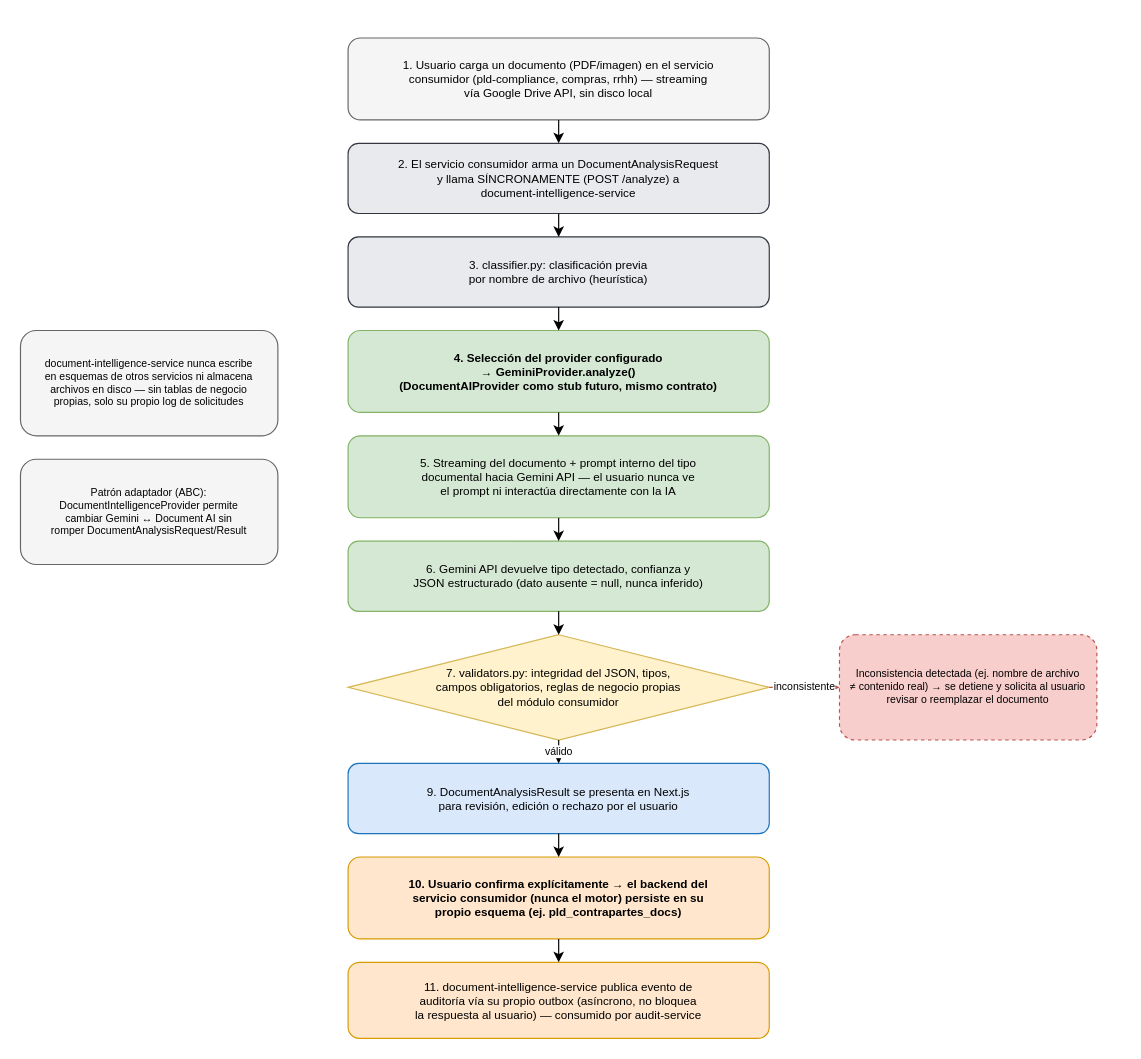
mariana747/CumbresBI keeps this draw.io diagram as docs/architecture/diagrams/09-motor-documental.drawio. Above is the earlier version. Source tidied: cells renumbered, new cells numbered last; positions are measured from the earlier drawing's top-left corner, leaving out a move shared by most shapes. Both pictures are drawn from the tidied source at 117%, with x=0, y=0 at pixel (20, 37).
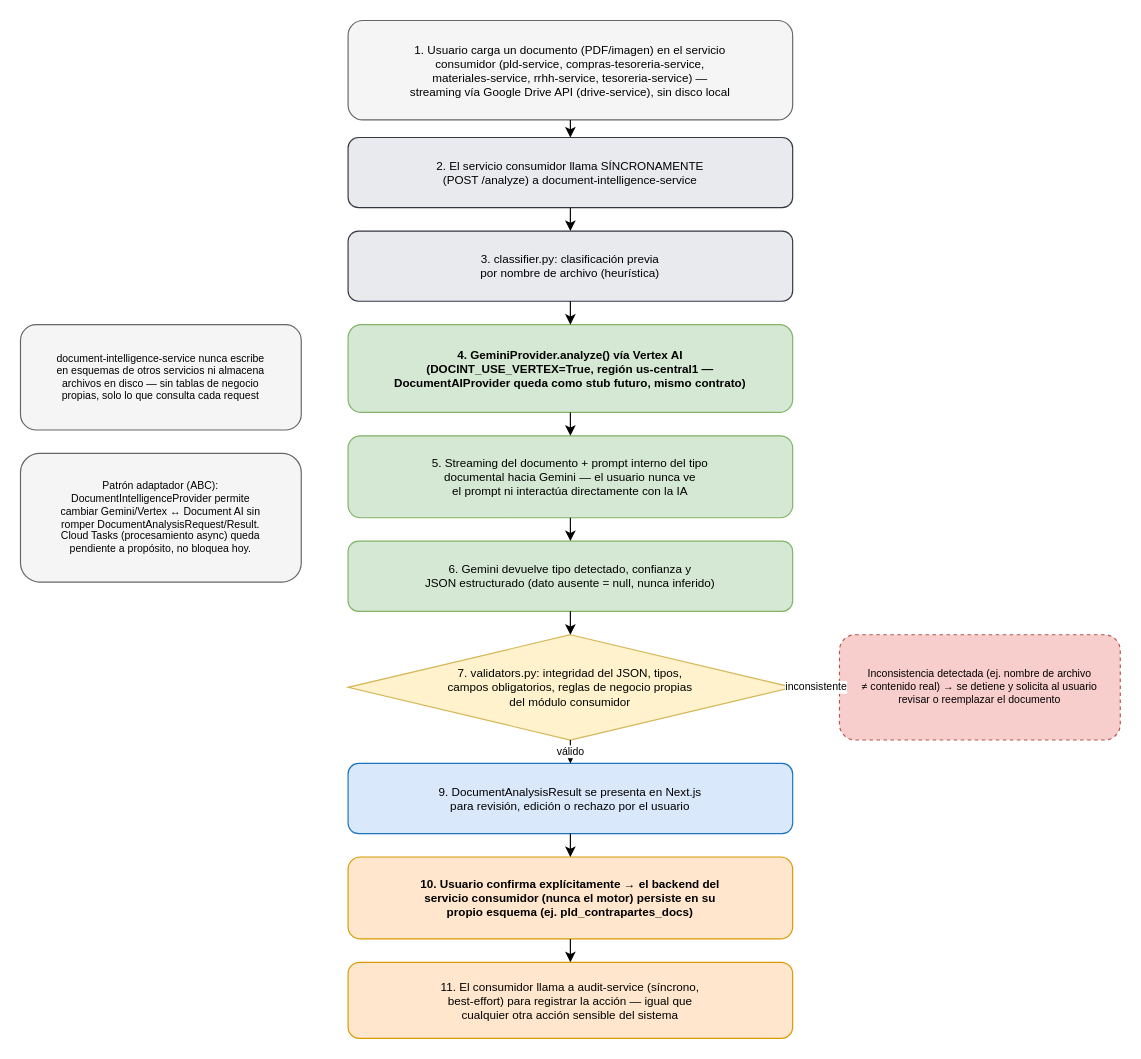
After the change.

What changed in the source:
```diff
@@
-    <mxCell id="2" value="1. Usuario carga un documento (PDF/imagen) en el servicio&#10;consumidor (pld-compliance, compras, rrhh) — streaming&#10;vía Google Drive API, sin disco local" style="rounded=1;whiteSpace=wrap;html=1;fillColor=#f5f5f5;strokeColor=#666666;fontSize=10;" parent="1" vertex="1">
-      <mxGeometry x="280" width="360" height="70" as="geometry" />
+    <mxCell id="2" value="1. Usuario carga un documento (PDF/imagen) en el servicio&#10;consumidor (pld-service, compras-tesoreria-service,&#10;materiales-service, rrhh-service, tesoreria-service) —&#10;streaming vía Google Drive API (drive-service), sin disco local" style="rounded=1;whiteSpace=wrap;html=1;fillColor=#f5f5f5;strokeColor=#666666;fontSize=10;" parent="1" vertex="1">
+      <mxGeometry x="280" y="-15" width="380" height="85" as="geometry" />
     </mxCell>
-    <mxCell id="3" value="2. El servicio consumidor arma un DocumentAnalysisRequest&#10;y llama SÍNCRONAMENTE (POST /analyze) a&#10;document-intelligence-service" style="rounded=1;whiteSpace=wrap;html=1;fillColor=#e8eaed;strokeColor=#343741;fontSize=10;" parent="1" vertex="1">
-      <mxGeometry x="280" y="90" width="360" height="60" as="geometry" />
+    <mxCell id="3" value="2. El servicio consumidor llama SÍNCRONAMENTE&#10;(POST /analyze) a document-intelligence-service" style="rounded=1;whiteSpace=wrap;html=1;fillColor=#e8eaed;strokeColor=#343741;fontSize=10;" parent="1" vertex="1">
+      <mxGeometry x="280" y="85" width="380" height="60" as="geometry" />
     </mxCell>
     <mxCell id="4" value="3. classifier.py: clasificación previa&#10;por nombre de archivo (heurística)" style="rounded=1;whiteSpace=wrap;html=1;fillColor=#e8eaed;strokeColor=#343741;fontSize=10;" parent="1" vertex="1">
-      <mxGeometry x="280" y="170" width="360" height="60" as="geometry" />
+      <mxGeometry x="280" y="165" width="380" height="60" as="geometry" />
     </mxCell>
-    <mxCell id="5" value="4. Selección del provider configurado&#10;→ GeminiProvider.analyze()&#10;(DocumentAIProvider como stub futuro, mismo contrato)" style="rounded=1;whiteSpace=wrap;html=1;fillColor=#d5e8d4;strokeColor=#82b366;fontSize=10;fontStyle=1;" parent="1" vertex="1">
-      <mxGeometry x="280" y="250" width="360" height="70" as="geometry" />
+    <mxCell id="5" value="4. GeminiProvider.analyze() vía Vertex AI&#10;(DOCINT_USE_VERTEX=True, región us-central1 —&#10;DocumentAIProvider queda como stub futuro, mismo contrato)" style="rounded=1;whiteSpace=wrap;html=1;fillColor=#d5e8d4;strokeColor=#82b366;fontSize=10;fontStyle=1;" parent="1" vertex="1">
+      <mxGeometry x="280" y="245" width="380" height="75" as="geometry" />
     </mxCell>
-    <mxCell id="6" value="5. Streaming del documento + prompt interno del tipo&#10;documental hacia Gemini API — el usuario nunca ve&#10;el prompt ni interactúa directamente con la IA" style="rounded=1;whiteSpace=wrap;html=1;fillColor=#d5e8d4;strokeColor=#82b366;fontSize=10;" parent="1" vertex="1">
-      <mxGeometry x="280" y="340" width="360" height="70" as="geometry" />
+    <mxCell id="6" value="5. Streaming del documento + prompt interno del tipo&#10;documental hacia Gemini — el usuario nunca ve&#10;el prompt ni interactúa directamente con la IA" style="rounded=1;whiteSpace=wrap;html=1;fillColor=#d5e8d4;strokeColor=#82b366;fontSize=10;" parent="1" vertex="1">
+      <mxGeometry x="280" y="340" width="380" height="70" as="geometry" />
     </mxCell>
-    <mxCell id="7" value="6. Gemini API devuelve tipo detectado, confianza y&#10;JSON estructurado (dato ausente = null, nunca inferido)" style="rounded=1;whiteSpace=wrap;html=1;fillColor=#d5e8d4;strokeColor=#82b366;fontSize=10;" parent="1" vertex="1">
-      <mxGeometry x="280" y="430" width="360" height="60" as="geometry" />
+    <mxCell id="7" value="6. Gemini devuelve tipo detectado, confianza y&#10;JSON estructurado (dato ausente = null, nunca inferido)" style="rounded=1;whiteSpace=wrap;html=1;fillColor=#d5e8d4;strokeColor=#82b366;fontSize=10;" parent="1" vertex="1">
+      <mxGeometry x="280" y="430" width="380" height="60" as="geometry" />
     </mxCell>
     <mxCell id="8" value="7. validators.py: integridad del JSON, tipos,&#10;campos obligatorios, reglas de negocio propias&#10;del módulo consumidor" style="rhombus;whiteSpace=wrap;html=1;fillColor=#fff2cc;strokeColor=#d6b656;fontSize=10;" parent="1" vertex="1">
-      <mxGeometry x="280" y="510" width="360" height="90" as="geometry" />
+      <mxGeometry x="280" y="510" width="380" height="90" as="geometry" />
     </mxCell>
     <mxCell id="9" value="Inconsistencia detectada (ej. nombre de archivo&#10;≠ contenido real) → se detiene y solicita al usuario&#10;revisar o reemplazar el documento" style="rounded=1;whiteSpace=wrap;html=1;fillColor=#f8cecc;strokeColor=#b85450;dashed=1;fontSize=9;" parent="1" vertex="1">
-      <mxGeometry x="700" y="510" width="220" height="90" as="geometry" />
+      <mxGeometry x="700" y="510" width="240" height="90" as="geometry" />
     </mxCell>
     <mxCell id="10" value="9. DocumentAnalysisResult se presenta en Next.js&#10;para revisión, edición o rechazo por el usuario" style="rounded=1;whiteSpace=wrap;html=1;fillColor=#dae8fc;strokeColor=#1C75BC;fontSize=10;" parent="1" vertex="1">
-      <mxGeometry x="280" y="620" width="360" height="60" as="geometry" />
+      <mxGeometry x="280" y="620" width="380" height="60" as="geometry" />
     </mxCell>
     <mxCell id="11" value="10. Usuario confirma explícitamente → el backend del&#10;servicio consumidor (nunca el motor) persiste en su&#10;propio esquema (ej. pld_contrapartes_docs)" style="rounded=1;whiteSpace=wrap;html=1;fillColor=#ffe6cc;strokeColor=#d79b00;fontSize=10;fontStyle=1;" parent="1" vertex="1">
-      <mxGeometry x="280" y="700" width="360" height="70" as="geometry" />
+      <mxGeometry x="280" y="700" width="380" height="70" as="geometry" />
     </mxCell>
-    <mxCell id="12" value="11. document-intelligence-service publica evento de&#10;auditoría vía su propio outbox (asíncrono, no bloquea&#10;la respuesta al usuario) — consumido por audit-service" style="rounded=1;whiteSpace=wrap;html=1;fillColor=#ffe6cc;strokeColor=#d79b00;fontSize=10;" parent="1" vertex="1">
-      <mxGeometry x="280" y="790" width="360" height="65" as="geometry" />
+    <mxCell id="12" value="11. El consumidor llama a audit-service (síncrono,&#10;best-effort) para registrar la acción — igual que&#10;cualquier otra acción sensible del sistema" style="rounded=1;whiteSpace=wrap;html=1;fillColor=#ffe6cc;strokeColor=#d79b00;fontSize=10;" parent="1" vertex="1">
+      <mxGeometry x="280" y="790" width="380" height="65" as="geometry" />
     </mxCell>
-    <mxCell id="13" value="document-intelligence-service nunca escribe&#10;en esquemas de otros servicios ni almacena&#10;archivos en disco — sin tablas de negocio&#10;propias, solo su propio log de solicitudes" style="rounded=1;whiteSpace=wrap;html=1;fillColor=#f5f5f5;strokeColor=#666666;fontSize=9;" parent="1" vertex="1">
-      <mxGeometry y="250" width="220" height="90" as="geometry" />
+    <mxCell id="13" value="document-intelligence-service nunca escribe&#10;en esquemas de otros servicios ni almacena&#10;archivos en disco — sin tablas de negocio&#10;propias, solo lo que consulta cada request" style="rounded=1;whiteSpace=wrap;html=1;fillColor=#f5f5f5;strokeColor=#666666;fontSize=9;" parent="1" vertex="1">
+      <mxGeometry y="245" width="240" height="90" as="geometry" />
     </mxCell>
-    <mxCell id="14" value="Patrón adaptador (ABC):&#10;DocumentIntelligenceProvider permite&#10;cambiar Gemini ↔ Document AI sin&#10;romper DocumentAnalysisRequest/Result" style="rounded=1;whiteSpace=wrap;html=1;fillColor=#f5f5f5;strokeColor=#666666;fontSize=9;" parent="1" vertex="1">
-      <mxGeometry y="360" width="220" height="90" as="geometry" />
+    <mxCell id="14" value="Patrón adaptador (ABC):&#10;DocumentIntelligenceProvider permite&#10;cambiar Gemini/Vertex ↔ Document AI sin&#10;romper DocumentAnalysisRequest/Result.&#10;Cloud Tasks (procesamiento async) queda&#10;pendiente a propósito, no bloquea hoy." style="rounded=1;whiteSpace=wrap;html=1;fillColor=#f5f5f5;strokeColor=#666666;fontSize=9;" parent="1" vertex="1">
+      <mxGeometry y="355" width="240" height="110" as="geometry" />
     </mxCell>
```
